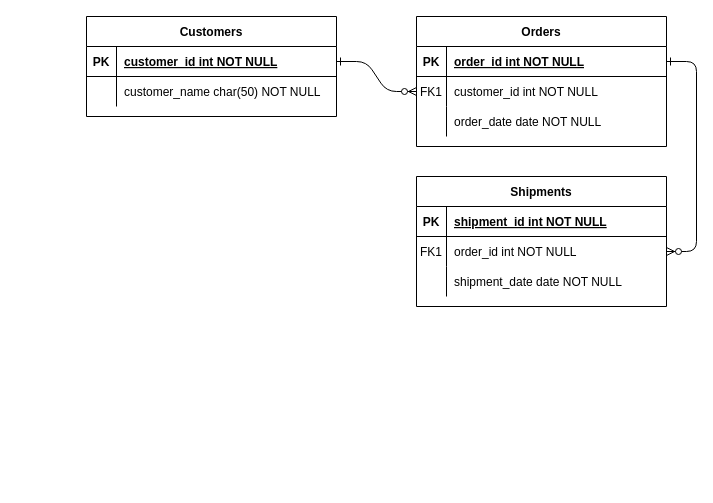
The draw.io diagram Untitled Diagram.drawio in smithzt2/BOMS, before the edit. Source tidied: cells renumbered, new cells numbered last; positions are measured from the earlier drawing's top-left corner, leaving out a move shared by most shapes. Both pictures are drawn from the tidied source at 100%, with x=0, y=0 at pixel (86, 16).
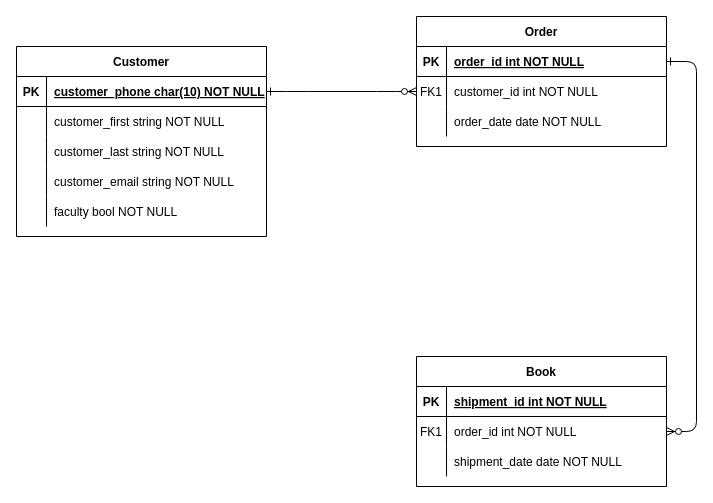
Above is the later version.

Unchanged cells that the change refers to:
```xml
<mxCell id="25" style="shape=partialRectangle;fillColor=none;points=[[0,0.5],[1,0.5]];portConstraint=eastwest;top=0;left=0;right=0;bottom=1;" parent="24" vertex="1">
  <mxGeometry y="30" width="250" height="30" as="geometry" />
</mxCell>
<mxCell id="28" style="shape=partialRectangle;fillColor=none;top=0;left=0;right=0;bottom=0;" parent="24" vertex="1">
  <mxGeometry y="60" width="250" height="30" as="geometry" />
</mxCell>
```

Diff of the diagram source:
```diff
@@
-    <mxCell id="4" value="Orders" style="shape=table;startSize=30;childLayout=tableLayout;rowLines=0;fontStyle=1;align=center;" parent="1" vertex="1">
+    <mxCell id="4" value="Order" style="shape=table;startSize=30;childLayout=tableLayout;rowLines=0;fontStyle=1;align=center;" parent="1" vertex="1">
       <mxGeometry x="330" width="250" height="130" as="geometry" />
     </mxCell>
@@
-    <mxCell id="14" value="Shipments" style="shape=table;startSize=30;childLayout=tableLayout;rowLines=0;fontStyle=1;align=center;" parent="1" vertex="1">
-      <mxGeometry x="330" y="160" width="250" height="130" as="geometry" />
+    <mxCell id="14" value="Book" style="shape=table;startSize=30;childLayout=tableLayout;rowLines=0;fontStyle=1;align=center;" parent="1" vertex="1">
+      <mxGeometry x="330" y="340" width="250" height="130" as="geometry" />
     </mxCell>
@@
-    <mxCell id="24" value="Customers" style="shape=table;startSize=30;childLayout=tableLayout;rowLines=0;fontStyle=1;align=center;" parent="1" vertex="1">
-      <mxGeometry width="250" height="100" as="geometry" />
+    <mxCell id="24" value="Customer" style="shape=table;startSize=30;childLayout=tableLayout;rowLines=0;fontStyle=1;align=center;" parent="1" vertex="1">
+      <mxGeometry x="-70" y="30" width="250" height="190" as="geometry" />
     </mxCell>
@@
-    <mxCell id="27" value="customer_id int NOT NULL " style="shape=partialRectangle;overflow=hidden;fillColor=none;top=0;left=0;bottom=0;right=0;align=left;spacingLeft=6;fontStyle=5;" parent="25" vertex="1">
+    <mxCell id="27" value="customer_phone char(10) NOT NULL" style="shape=partialRectangle;overflow=hidden;fillColor=none;top=0;left=0;bottom=0;right=0;align=left;spacingLeft=6;fontStyle=5;" parent="25" vertex="1">
       <mxGeometry x="30" width="220" height="30" as="geometry" />
     </mxCell>
@@
-    <mxCell id="30" value="customer_name char(50) NOT NULL" style="shape=partialRectangle;overflow=hidden;fillColor=none;top=0;left=0;bottom=0;right=0;align=left;spacingLeft=6;" parent="28" vertex="1">
+    <mxCell id="30" value="customer_first string NOT NULL" style="shape=partialRectangle;overflow=hidden;fillColor=none;top=0;left=0;bottom=0;right=0;align=left;spacingLeft=6;" parent="28" vertex="1">
       <mxGeometry x="30" width="220" height="30" as="geometry" />
     </mxCell>
+    <mxCell id="31" style="shape=partialRectangle;fillColor=none;top=0;left=0;right=0;bottom=0;" parent="24" vertex="1">
+      <mxGeometry y="90" width="250" height="30" as="geometry" />
+    </mxCell>
+    <mxCell id="32" style="shape=partialRectangle;overflow=hidden;fillColor=none;top=0;left=0;bottom=0;right=0;" parent="31" vertex="1">
+      <mxGeometry width="30" height="30" as="geometry" />
+    </mxCell>
+    <mxCell id="33" value="customer_last string NOT NULL" style="shape=partialRectangle;overflow=hidden;fillColor=none;top=0;left=0;bottom=0;right=0;align=left;spacingLeft=6;" parent="31" vertex="1">
+      <mxGeometry x="30" width="220" height="30" as="geometry" />
+    </mxCell>
+    <mxCell id="34" style="shape=partialRectangle;fillColor=none;top=0;left=0;right=0;bottom=0;" parent="24" vertex="1">
+      <mxGeometry y="120" width="250" height="30" as="geometry" />
+    </mxCell>
+    <mxCell id="35" style="shape=partialRectangle;overflow=hidden;fillColor=none;top=0;left=0;bottom=0;right=0;" parent="34" vertex="1">
+      <mxGeometry width="30" height="30" as="geometry" />
+    </mxCell>
+    <mxCell id="36" value="customer_email string NOT NULL" style="shape=partialRectangle;overflow=hidden;fillColor=none;top=0;left=0;bottom=0;right=0;align=left;spacingLeft=6;" parent="34" vertex="1">
+      <mxGeometry x="30" width="220" height="30" as="geometry" />
+    </mxCell>
+    <mxCell id="37" style="shape=partialRectangle;fillColor=none;top=0;left=0;right=0;bottom=0;" parent="24" vertex="1">
+      <mxGeometry y="150" width="250" height="30" as="geometry" />
+    </mxCell>
+    <mxCell id="38" style="shape=partialRectangle;overflow=hidden;fillColor=none;top=0;left=0;bottom=0;right=0;" parent="37" vertex="1">
+      <mxGeometry width="30" height="30" as="geometry" />
+    </mxCell>
+    <mxCell id="39" value="faculty bool NOT NULL" style="shape=partialRectangle;overflow=hidden;fillColor=none;top=0;left=0;bottom=0;right=0;align=left;spacingLeft=6;" parent="37" vertex="1">
+      <mxGeometry x="30" width="220" height="30" as="geometry" />
+    </mxCell>
```
